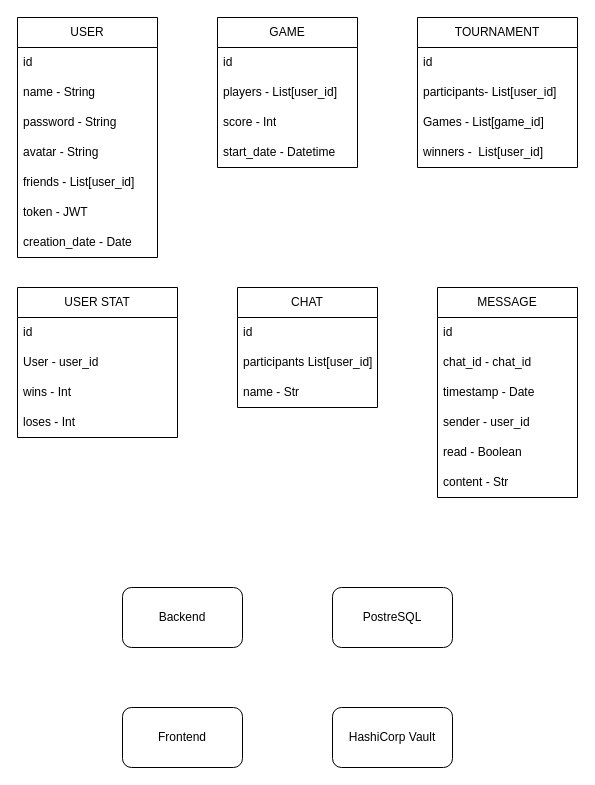
The draw.io diagram docs/arch.drawio in vasilisalmpanis/ft_trancendence, before the edit. Source tidied: cells renumbered, new cells numbered last; positions are measured from the earlier drawing's top-left corner, leaving out a move shared by most shapes. Both pictures are drawn from the tidied source at 100%, with x=0, y=0 at pixel (17, 17).
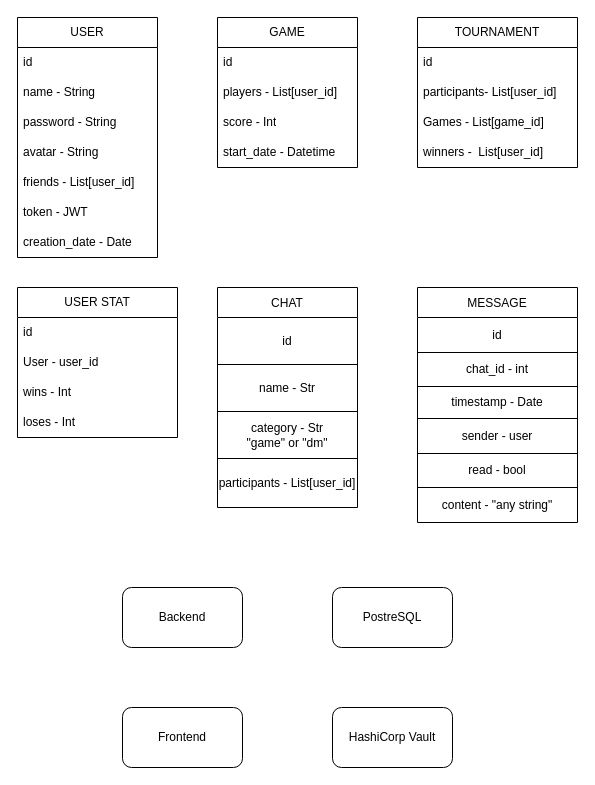
The same page after the edit.

What changed in the source:
```diff
@@
+    <mxCell id="33" value="MESSAGE" style="shape=table;startSize=30;childLayout=tableLayout;" parent="1" vertex="1">
+      <mxGeometry x="400" y="270" width="160" height="235" as="geometry" />
+    </mxCell>
+    <mxCell id="40" style="shape=tableRow;horizontal=0;startSize=0;swimlaneHead=0;swimlaneBody=0;top=0;left=0;bottom=0;right=0;fillColor=none;" parent="33" vertex="1">
+      <mxGeometry y="30" width="160" height="35" as="geometry" />
+    </mxCell>
+    <mxCell id="41" value="id" style="shape=partialRectangle;html=1;whiteSpace=wrap;overflow=hidden;fillColor=none;top=0;left=0;bottom=0;right=0;" parent="40" vertex="1">
+      <mxGeometry width="160" height="35" as="geometry" />
+    </mxCell>
+    <mxCell id="42" style="shape=tableRow;horizontal=0;startSize=0;swimlaneHead=0;swimlaneBody=0;top=0;left=0;bottom=0;right=0;fillColor=none;" parent="33" vertex="1">
+      <mxGeometry y="65" width="160" height="34" as="geometry" />
+    </mxCell>
+    <mxCell id="43" value="chat_id - int" style="shape=partialRectangle;html=1;whiteSpace=wrap;overflow=hidden;fillColor=none;top=0;left=0;bottom=0;right=0;" parent="42" vertex="1">
+      <mxGeometry width="160" height="34" as="geometry" />
+    </mxCell>
+    <mxCell id="44" style="shape=tableRow;horizontal=0;startSize=0;swimlaneHead=0;swimlaneBody=0;top=0;left=0;bottom=0;right=0;fillColor=none;" parent="33" vertex="1">
+      <mxGeometry y="99" width="160" height="32" as="geometry" />
+    </mxCell>
+    <mxCell id="36" value="timestamp - Date" style="shape=partialRectangle;html=1;whiteSpace=wrap;overflow=hidden;fillColor=none;top=0;left=0;bottom=0;right=0;" parent="44" vertex="1">
+      <mxGeometry width="160" height="32" as="geometry" />
+    </mxCell>
+    <mxCell id="45" style="shape=tableRow;horizontal=0;startSize=0;swimlaneHead=0;swimlaneBody=0;top=0;left=0;bottom=0;right=0;fillColor=none;" parent="33" vertex="1">
+      <mxGeometry y="131" width="160" height="35" as="geometry" />
+    </mxCell>
+    <mxCell id="46" value="sender - user" style="shape=partialRectangle;html=1;whiteSpace=wrap;overflow=hidden;fillColor=none;top=0;left=0;bottom=0;right=0;" parent="45" vertex="1">
+      <mxGeometry width="160" height="35" as="geometry" />
+    </mxCell>
+    <mxCell id="47" style="shape=tableRow;horizontal=0;startSize=0;swimlaneHead=0;swimlaneBody=0;top=0;left=0;bottom=0;right=0;fillColor=none;" parent="33" vertex="1">
+      <mxGeometry y="166" width="160" height="34" as="geometry" />
+    </mxCell>
+    <mxCell id="48" value="read - bool" style="shape=partialRectangle;html=1;whiteSpace=wrap;overflow=hidden;fillColor=none;top=0;left=0;bottom=0;right=0;" parent="47" vertex="1">
+      <mxGeometry width="160" height="34" as="geometry" />
+    </mxCell>
+    <mxCell id="49" style="shape=tableRow;horizontal=0;startSize=0;swimlaneHead=0;swimlaneBody=0;top=0;left=0;bottom=0;right=0;fillColor=none;" parent="33" vertex="1">
+      <mxGeometry y="200" width="160" height="35" as="geometry" />
+    </mxCell>
+    <mxCell id="50" value="content - &quot;any string&quot;" style="shape=partialRectangle;html=1;whiteSpace=wrap;overflow=hidden;fillColor=none;top=0;left=0;bottom=0;right=0;" parent="49" vertex="1">
+      <mxGeometry width="160" height="35" as="geometry" />
+    </mxCell>
-    <mxCell id="29" value="CHAT" style="swimlane;fontStyle=0;horizontal=1;startSize=30;whiteSpace=wrap;html=1;" parent="1" vertex="1">
-      <mxGeometry x="220" y="270" width="140" height="120" as="geometry" />
+    <mxCell id="29" value="CHAT" style="shape=table;startSize=30;childLayout=tableLayout;" parent="1" vertex="1">
+      <mxGeometry x="200" y="270" width="140" height="220" as="geometry" />
     </mxCell>
-    <mxCell id="30" value="id&amp;nbsp;" style="text;strokeColor=none;fillColor=none;align=left;verticalAlign=middle;spacingLeft=4;spacingRight=4;overflow=hidden;whiteSpace=wrap;html=1;" parent="29" vertex="1">
-      <mxGeometry y="30" width="140" height="30" as="geometry" />
-    </mxCell>
-    <mxCell id="31" value="participants List[user_id]" style="text;strokeColor=none;fillColor=none;align=left;verticalAlign=middle;spacingLeft=4;spacingRight=4;overflow=hidden;whiteSpace=wrap;html=1;" parent="29" vertex="1">
-      <mxGeometry y="60" width="140" height="30" as="geometry" />
-    </mxCell>
+    <mxCell id="51" style="shape=tableRow;horizontal=0;startSize=0;swimlaneHead=0;swimlaneBody=0;top=0;left=0;bottom=0;right=0;fillColor=none;" parent="29" vertex="1">
+      <mxGeometry y="30" width="140" height="47" as="geometry" />
+    </mxCell>
+    <mxCell id="52" value="id" style="shape=partialRectangle;html=1;whiteSpace=wrap;overflow=hidden;fillColor=none;top=0;left=0;bottom=0;right=0;" parent="51" vertex="1">
+      <mxGeometry width="140" height="47" as="geometry" />
+    </mxCell>
+    <mxCell id="53" style="shape=tableRow;horizontal=0;startSize=0;swimlaneHead=0;swimlaneBody=0;top=0;left=0;bottom=0;right=0;fillColor=none;" parent="29" vertex="1">
+      <mxGeometry y="77" width="140" height="47" as="geometry" />
+    </mxCell>
-    <mxCell id="32" value="name - Str" style="text;strokeColor=none;fillColor=none;align=left;verticalAlign=middle;spacingLeft=4;spacingRight=4;overflow=hidden;whiteSpace=wrap;html=1;" parent="29" vertex="1">
-      <mxGeometry y="90" width="140" height="30" as="geometry" />
+    <mxCell id="32" value="name - Str" style="shape=partialRectangle;html=1;whiteSpace=wrap;overflow=hidden;fillColor=none;top=0;left=0;bottom=0;right=0;" parent="53" vertex="1">
+      <mxGeometry width="140" height="47" as="geometry" />
     </mxCell>
-    <mxCell id="33" value="MESSAGE" style="swimlane;fontStyle=0;horizontal=1;startSize=30;whiteSpace=wrap;html=1;" parent="1" vertex="1">
-      <mxGeometry x="420" y="270" width="140" height="210" as="geometry" />
-    </mxCell>
-    <mxCell id="34" value="id&amp;nbsp;" style="text;strokeColor=none;fillColor=none;align=left;verticalAlign=middle;spacingLeft=4;spacingRight=4;overflow=hidden;whiteSpace=wrap;html=1;" parent="33" vertex="1">
-      <mxGeometry y="30" width="140" height="30" as="geometry" />
-    </mxCell>
-    <mxCell id="35" value="chat_id - chat_id" style="text;strokeColor=none;fillColor=none;align=left;verticalAlign=middle;spacingLeft=4;spacingRight=4;overflow=hidden;whiteSpace=wrap;html=1;" parent="33" vertex="1">
-      <mxGeometry y="60" width="140" height="30" as="geometry" />
-    </mxCell>
-    <mxCell id="36" value="timestamp - Date" style="text;strokeColor=none;fillColor=none;align=left;verticalAlign=middle;spacingLeft=4;spacingRight=4;overflow=hidden;whiteSpace=wrap;html=1;" parent="33" vertex="1">
-      <mxGeometry y="90" width="140" height="30" as="geometry" />
-    </mxCell>
-    <mxCell id="37" value="sender - user_id" style="text;strokeColor=none;fillColor=none;align=left;verticalAlign=middle;spacingLeft=4;spacingRight=4;overflow=hidden;whiteSpace=wrap;html=1;" parent="33" vertex="1">
-      <mxGeometry y="120" width="140" height="30" as="geometry" />
-    </mxCell>
-    <mxCell id="38" value="read - Boolean" style="text;strokeColor=none;fillColor=none;align=left;verticalAlign=middle;spacingLeft=4;spacingRight=4;overflow=hidden;whiteSpace=wrap;html=1;" parent="33" vertex="1">
-      <mxGeometry y="150" width="140" height="30" as="geometry" />
-    </mxCell>
-    <mxCell id="39" value="content - Str" style="text;strokeColor=none;fillColor=none;align=left;verticalAlign=middle;spacingLeft=4;spacingRight=4;overflow=hidden;whiteSpace=wrap;html=1;" parent="33" vertex="1">
-      <mxGeometry y="180" width="140" height="30" as="geometry" />
-    </mxCell>
+    <mxCell id="54" style="shape=tableRow;horizontal=0;startSize=0;swimlaneHead=0;swimlaneBody=0;top=0;left=0;bottom=0;right=0;fillColor=none;" parent="29" vertex="1">
+      <mxGeometry y="124" width="140" height="47" as="geometry" />
+    </mxCell>
+    <mxCell id="55" value="category - Str&lt;br&gt;&quot;game&quot; or &quot;dm&quot;" style="shape=partialRectangle;html=1;whiteSpace=wrap;overflow=hidden;fillColor=none;top=0;left=0;bottom=0;right=0;" parent="54" vertex="1">
+      <mxGeometry width="140" height="47" as="geometry" />
+    </mxCell>
+    <mxCell id="56" style="shape=tableRow;horizontal=0;startSize=0;swimlaneHead=0;swimlaneBody=0;top=0;left=0;bottom=0;right=0;fillColor=none;" parent="29" vertex="1">
+      <mxGeometry y="171" width="140" height="49" as="geometry" />
+    </mxCell>
+    <mxCell id="57" value="participants - List[user_id]" style="shape=partialRectangle;html=1;whiteSpace=wrap;overflow=hidden;fillColor=none;top=0;left=0;bottom=0;right=0;" parent="56" vertex="1">
+      <mxGeometry width="140" height="49" as="geometry" />
+    </mxCell>
```
